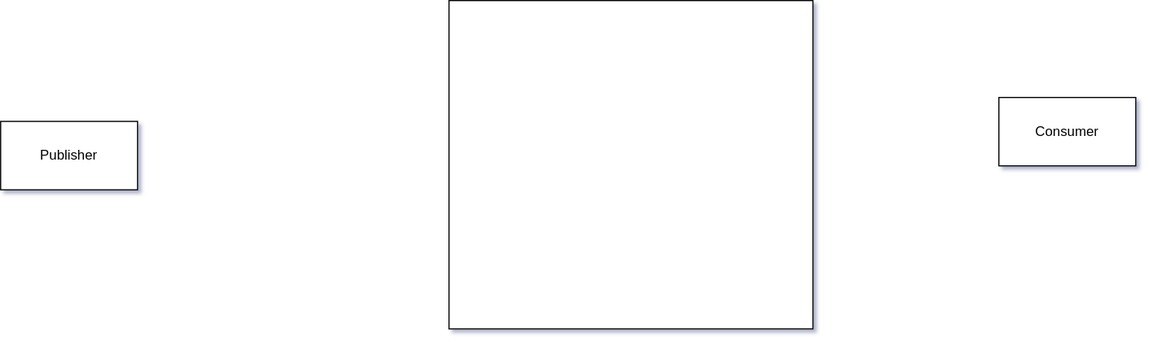
This is MircoServices/RabbitMQ结构.drawio.svg from joijoop/draw.io, a draw.io export, as it was before one commit. Source tidied: cells renumbered, new cells last; positions are measured from the earlier drawing's top-left corner, leaving out a move shared by most shapes.
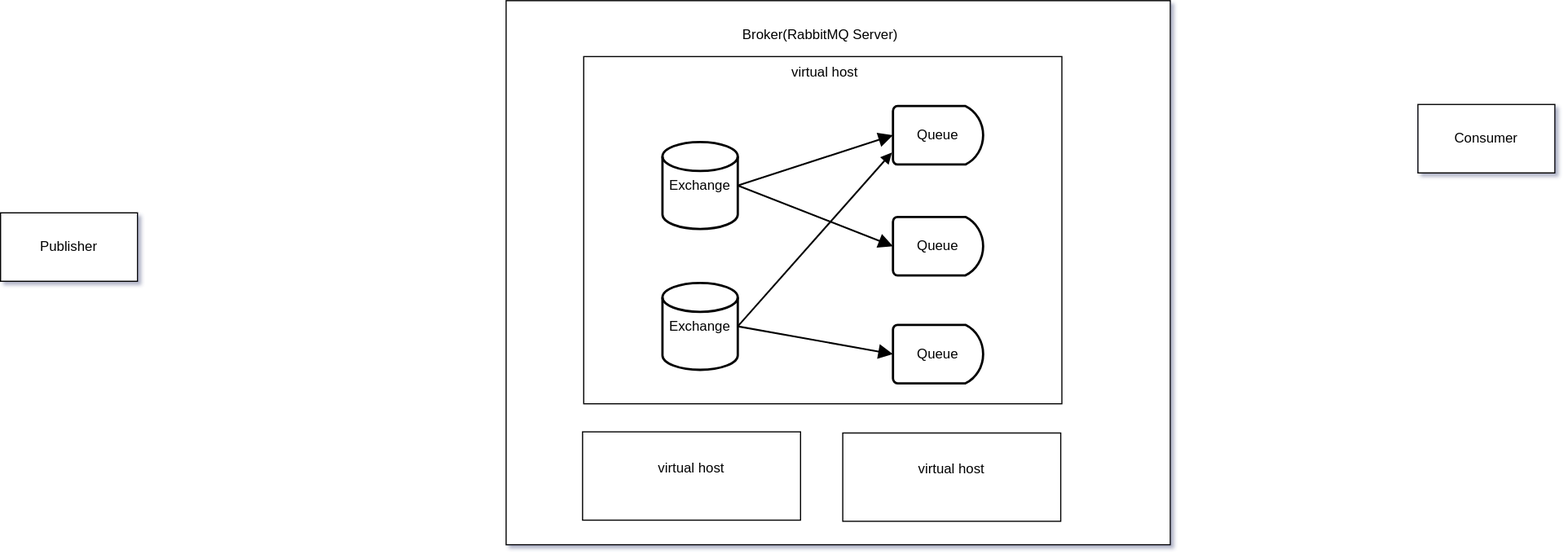
Later version of the same file.

What changed in the source:
```diff
@@ -3,13 +3,103 @@
     <mxCell id="0" />
     <mxCell id="1" parent="0" />
     <mxCell id="2" value="Publisher" style="rounded=0;whiteSpace=wrap;html=1;labelBackgroundColor=none;" parent="1" vertex="1">
-      <mxGeometry y="106" width="120" height="60" as="geometry" />
+      <mxGeometry x="-367" y="180" width="120" height="60" as="geometry" />
     </mxCell>
     <mxCell id="3" value="Consumer" style="rounded=0;whiteSpace=wrap;html=1;labelBackgroundColor=none;" parent="1" vertex="1">
       <mxGeometry x="875" y="85" width="120" height="60" as="geometry" />
     </mxCell>
+    <mxCell id="5" style="group;rounded=1;" parent="1" vertex="1">
+      <mxGeometry x="76" y="-6" width="582" height="477" as="geometry" />
+    </mxCell>
-    <mxCell id="4" style="rounded=0;whiteSpace=wrap;html=1;direction=west;labelBackgroundColor=none;" parent="1" vertex="1">
-      <mxGeometry x="393" width="319" height="288" as="geometry" />
+    <mxCell id="4" style="rounded=0;whiteSpace=wrap;html=1;direction=west;labelBackgroundColor=none;" parent="5" vertex="1">
+      <mxGeometry width="582" height="477" as="geometry" />
     </mxCell>
+    <mxCell id="6" value="Broker(RabbitMQ Server)" style="text;html=1;align=center;verticalAlign=middle;strokeColor=none;fillColor=none;" parent="5" vertex="1">
+      <mxGeometry x="197.6" y="16.6" width="154" height="26" as="geometry" />
+    </mxCell>
+    <mxCell id="7" style="group;" parent="5" vertex="1">
+      <mxGeometry x="68" y="49" width="450" height="402.1" as="geometry" />
+    </mxCell>
+    <mxCell id="8" style="rounded=0;whiteSpace=wrap;html=1;" parent="7" vertex="1">
+      <mxGeometry width="419" height="304.4" as="geometry" />
+    </mxCell>
+    <mxCell id="9" value="virtual host&lt;div&gt;&lt;br&gt;&lt;/div&gt;" style="text;html=1;align=center;verticalAlign=middle;strokeColor=none;fillColor=none;" parent="7" vertex="1">
+      <mxGeometry x="173.4" width="76" height="41" as="geometry" />
+    </mxCell>
+    <mxCell id="10" value="Exchange" style="strokeWidth=2;html=1;shape=mxgraph.flowchart.database;whiteSpace=wrap;" parent="7" vertex="1">
+      <mxGeometry x="69" y="74.9" width="66" height="76.2" as="geometry" />
+    </mxCell>
+    <mxCell id="11" value="Exchange" style="strokeWidth=2;html=1;shape=mxgraph.flowchart.database;whiteSpace=wrap;" parent="7" vertex="1">
+      <mxGeometry x="69" y="198.4" width="66" height="76.2" as="geometry" />
+    </mxCell>
+    <mxCell id="12" value="Queue" style="strokeWidth=2;html=1;shape=mxgraph.flowchart.delay;whiteSpace=wrap;" parent="7" vertex="1">
+      <mxGeometry x="271" y="43.4" width="79" height="51.2" as="geometry" />
+    </mxCell>
+    <mxCell id="13" value="Queue" style="strokeWidth=2;html=1;shape=mxgraph.flowchart.delay;whiteSpace=wrap;" parent="7" vertex="1">
+      <mxGeometry x="271" y="140.6" width="79" height="51.2" as="geometry" />
+    </mxCell>
+    <mxCell id="14" value="Queue" style="strokeWidth=2;html=1;shape=mxgraph.flowchart.delay;whiteSpace=wrap;" parent="7" vertex="1">
+      <mxGeometry x="271" y="235.2" width="79" height="51.2" as="geometry" />
+    </mxCell>
+    <mxCell id="15" style="rounded=0;jettySize=auto;html=1;exitX=1;exitY=0.5;exitDx=0;exitDy=0;exitPerimeter=0;entryX=0;entryY=0.5;entryDx=0;entryDy=0;entryPerimeter=0;strokeColor=default;endWidth=12.727272727272728;strokeWidth=1.5;endArrow=block;startArrow=none;startFill=0;shadow=0;flowAnimation=0;endSize=9;" parent="7" edge="1" source="10" target="12">
+      <mxGeometry relative="1" as="geometry" />
+    </mxCell>
+    <mxCell id="16" style="rounded=0;jettySize=auto;html=1;exitX=1;exitY=0.5;exitDx=0;exitDy=0;exitPerimeter=0;entryX=0;entryY=0.5;entryDx=0;entryDy=0;entryPerimeter=0;shadow=0;strokeColor=default;strokeWidth=1.5;align=center;verticalAlign=middle;fontFamily=Helvetica;fontSize=11;fontColor=default;labelBackgroundColor=default;startArrow=none;startFill=0;endArrow=block;endSize=9;flowAnimation=0;" parent="7" edge="1" source="10" target="13">
+      <mxGeometry relative="1" as="geometry" />
+    </mxCell>
+    <mxCell id="17" style="rounded=0;jettySize=auto;html=1;exitX=1;exitY=0.5;exitDx=0;exitDy=0;exitPerimeter=0;entryX=-0.012;entryY=0.794;entryDx=0;entryDy=0;entryPerimeter=0;shadow=0;strokeColor=default;strokeWidth=1.5;align=center;verticalAlign=middle;fontFamily=Helvetica;fontSize=11;fontColor=default;labelBackgroundColor=default;startArrow=none;startFill=0;endArrow=block;flowAnimation=0;" parent="7" edge="1" source="11" target="12">
+      <mxGeometry relative="1" as="geometry" />
+    </mxCell>
+    <mxCell id="18" style="rounded=0;jettySize=auto;html=1;exitX=1;exitY=0.5;exitDx=0;exitDy=0;exitPerimeter=0;entryX=0;entryY=0.5;entryDx=0;entryDy=0;entryPerimeter=0;shadow=0;strokeColor=default;strokeWidth=1.5;align=center;verticalAlign=middle;fontFamily=Helvetica;fontSize=11;fontColor=default;labelBackgroundColor=default;startArrow=none;startFill=0;endArrow=block;endSize=9;flowAnimation=0;" parent="7" edge="1" source="11" target="14">
+      <mxGeometry relative="1" as="geometry" />
+    </mxCell>
+    <mxCell id="19" style="group;" parent="5" vertex="1">
+      <mxGeometry x="67" y="378" width="191" height="77.4" as="geometry" />
+    </mxCell>
+    <mxCell id="20" value="virtual host&lt;div&gt;&lt;br style=&quot;text-wrap: nowrap;&quot;&gt;&lt;/div&gt;" style="rounded=0;whiteSpace=wrap;html=1;" parent="19" vertex="1">
+      <mxGeometry width="191" height="77.4" as="geometry" />
+    </mxCell>
+    <mxCell id="21" value="&lt;div&gt;&lt;br&gt;&lt;/div&gt;" style="text;html=1;align=center;verticalAlign=middle;strokeColor=none;fillColor=none;" parent="19" vertex="1">
+      <mxGeometry x="129" y="6.7" width="18" height="26" as="geometry" />
+    </mxCell>
+    <mxCell id="22" style="rounded=0;jettySize=auto;html=1;exitX=1;exitY=0.5;exitDx=0;exitDy=0;exitPerimeter=0;entryX=0;entryY=0.5;entryDx=0;entryDy=0;entryPerimeter=0;shadow=0;strokeColor=default;strokeWidth=1.5;align=center;verticalAlign=middle;fontFamily=Helvetica;fontSize=11;fontColor=default;labelBackgroundColor=default;startArrow=none;startFill=0;endArrow=block;endSize=9;flowAnimation=0;" parent="19" edge="1" target="x">
+      <mxGeometry relative="1" as="geometry">
+        <mxPoint x="61.5" y="23.1" as="sourcePoint" />
+      </mxGeometry>
+    </mxCell>
+    <mxCell id="23" style="rounded=0;jettySize=auto;html=1;exitX=1;exitY=0.5;exitDx=0;exitDy=0;exitPerimeter=0;entryX=-0.012;entryY=0.794;entryDx=0;entryDy=0;entryPerimeter=0;shadow=0;strokeColor=default;strokeWidth=1.5;align=center;verticalAlign=middle;fontFamily=Helvetica;fontSize=11;fontColor=default;labelBackgroundColor=default;startArrow=none;startFill=0;endArrow=block;flowAnimation=0;" parent="19" edge="1" target="x">
+      <mxGeometry relative="1" as="geometry">
+        <mxPoint x="61.5" y="48.4" as="sourcePoint" />
+      </mxGeometry>
+    </mxCell>
+    <mxCell id="24" style="rounded=0;jettySize=auto;html=1;exitX=1;exitY=0.5;exitDx=0;exitDy=0;exitPerimeter=0;entryX=0;entryY=0.5;entryDx=0;entryDy=0;entryPerimeter=0;shadow=0;strokeColor=default;strokeWidth=1.5;align=center;verticalAlign=middle;fontFamily=Helvetica;fontSize=11;fontColor=default;labelBackgroundColor=default;startArrow=none;startFill=0;endArrow=block;endSize=9;flowAnimation=0;" parent="19" edge="1" target="x">
+      <mxGeometry relative="1" as="geometry">
+        <mxPoint x="61.5" y="48.4" as="sourcePoint" />
+      </mxGeometry>
+    </mxCell>
+    <mxCell id="25" style="group;" parent="5" vertex="1">
+      <mxGeometry x="295" y="379" width="191" height="77.4" as="geometry" />
+    </mxCell>
+    <mxCell id="26" value="virtual host&lt;div&gt;&lt;br style=&quot;text-wrap: nowrap;&quot;&gt;&lt;/div&gt;" style="rounded=0;whiteSpace=wrap;html=1;" parent="25" vertex="1">
+      <mxGeometry width="191" height="77.4" as="geometry" />
+    </mxCell>
+    <mxCell id="27" value="&lt;div&gt;&lt;br&gt;&lt;/div&gt;" style="text;html=1;align=center;verticalAlign=middle;strokeColor=none;fillColor=none;" parent="25" vertex="1">
+      <mxGeometry x="129" y="6.7" width="18" height="26" as="geometry" />
+    </mxCell>
+    <mxCell id="28" style="rounded=0;orthogonalLoop=1;jettySize=auto;html=1;exitX=1;exitY=0.5;exitDx=0;exitDy=0;exitPerimeter=0;entryX=0;entryY=0.5;entryDx=0;entryDy=0;entryPerimeter=0;shadow=0;strokeColor=default;strokeWidth=1.5;align=center;verticalAlign=middle;fontFamily=Helvetica;fontSize=11;fontColor=default;labelBackgroundColor=default;startArrow=none;startFill=0;endArrow=block;endSize=9;flowAnimation=0;" parent="25" edge="1">
+      <mxGeometry relative="1" as="geometry">
+        <mxPoint x="61.5" y="23.1" as="sourcePoint" />
+      </mxGeometry>
+    </mxCell>
+    <mxCell id="29" style="rounded=0;orthogonalLoop=1;jettySize=auto;html=1;exitX=1;exitY=0.5;exitDx=0;exitDy=0;exitPerimeter=0;entryX=-0.012;entryY=0.794;entryDx=0;entryDy=0;entryPerimeter=0;shadow=0;strokeColor=default;strokeWidth=1.5;align=center;verticalAlign=middle;fontFamily=Helvetica;fontSize=11;fontColor=default;labelBackgroundColor=default;startArrow=none;startFill=0;endArrow=block;flowAnimation=0;" parent="25" edge="1">
+      <mxGeometry relative="1" as="geometry">
+        <mxPoint x="61.5" y="48.4" as="sourcePoint" />
+      </mxGeometry>
+    </mxCell>
+    <mxCell id="30" style="rounded=0;orthogonalLoop=1;jettySize=auto;html=1;exitX=1;exitY=0.5;exitDx=0;exitDy=0;exitPerimeter=0;entryX=0;entryY=0.5;entryDx=0;entryDy=0;entryPerimeter=0;shadow=0;strokeColor=default;strokeWidth=1.5;align=center;verticalAlign=middle;fontFamily=Helvetica;fontSize=11;fontColor=default;labelBackgroundColor=default;startArrow=none;startFill=0;endArrow=block;endSize=9;flowAnimation=0;" parent="25" edge="1">
+      <mxGeometry relative="1" as="geometry">
+        <mxPoint x="61.5" y="48.4" as="sourcePoint" />
+      </mxGeometry>
+    </mxCell>
   </root>
 </mxGraphModel>
```
